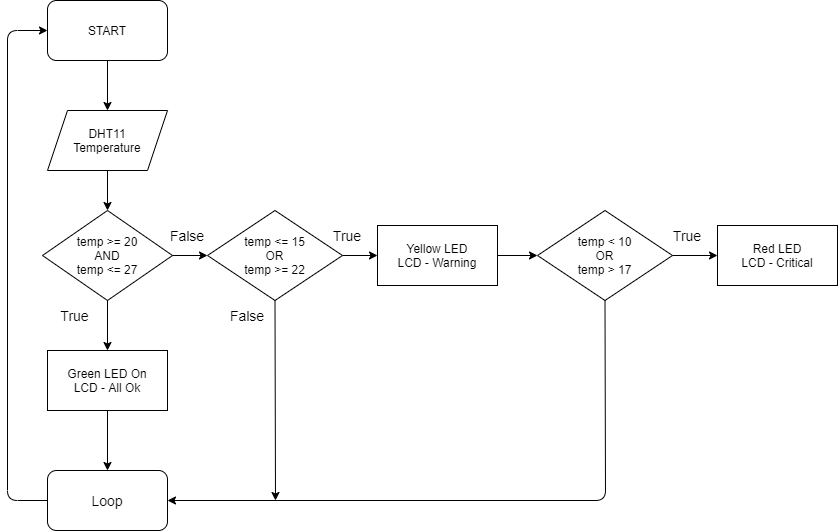
Above: Flowchart.png in Systemad/arduino-project (draw.io), before the change. Source tidied: cells renumbered, new cells last; positions are measured from the earlier drawing's top-left corner, leaving out a move shared by most shapes.
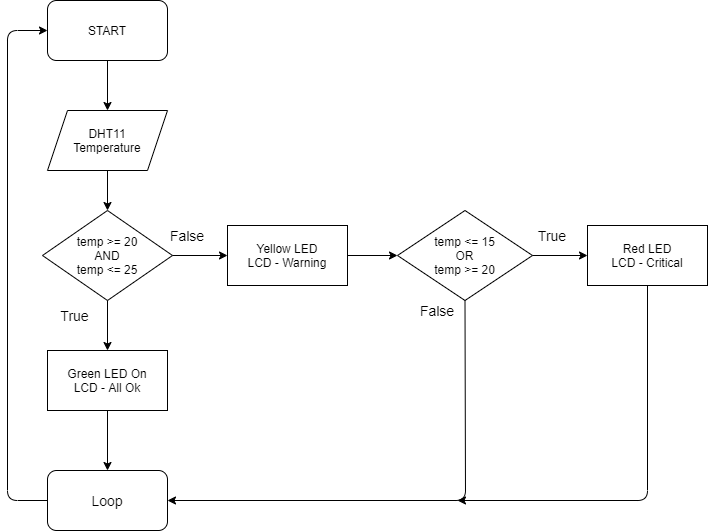
The same diagram one commit later.

What changed in the source:
```diff
@@ -11,7 +11,7 @@
     <mxCell id="4" style="endArrow=classic;html=1;exitX=0.5;exitY=1;exitDx=0;exitDy=0;entryX=0.5;entryY=0;entryDx=0;entryDy=0;" parent="1" edge="1" source="2" target="3">
       <mxGeometry relative="1" as="geometry" />
     </mxCell>
-    <mxCell id="5" value="temp &amp;gt;= 20&lt;br&gt;AND&lt;br&gt;temp &amp;lt;= 27" style="rhombus;whiteSpace=wrap;html=1;" parent="1" vertex="1">
+    <mxCell id="5" value="temp &amp;gt;= 20&lt;br&gt;AND&lt;br&gt;temp &amp;lt;= 25" style="rhombus;whiteSpace=wrap;html=1;" parent="1" vertex="1">
       <mxGeometry x="35" y="210" width="130" height="90" as="geometry" />
     </mxCell>
     <mxCell id="6" style="endArrow=classic;html=1;exitX=0.5;exitY=1;exitDx=0;exitDy=0;entryX=0.5;entryY=0;entryDx=0;entryDy=0;" parent="1" edge="1" source="3" target="5">
@@ -30,16 +30,13 @@
       <mxGeometry x="160" y="225" width="40" height="20" as="geometry" />
     </mxCell>
     <mxCell id="11" value="Yellow LED&lt;br&gt;LCD - Warning" style="rounded=0;whiteSpace=wrap;html=1;" parent="1" vertex="1">
-      <mxGeometry x="370" y="225" width="120" height="60" as="geometry" />
+      <mxGeometry x="220" y="225" width="120" height="60" as="geometry" />
     </mxCell>
-    <mxCell id="12" value="&lt;font style=&quot;font-size: 14px&quot;&gt;True&lt;/font&gt;" style="text;html=1;strokeColor=none;fillColor=none;align=center;verticalAlign=middle;whiteSpace=wrap;rounded=0;" parent="1" vertex="1">
-      <mxGeometry x="320" y="225" width="40" height="20" as="geometry" />
-    </mxCell>
-    <mxCell id="13" value="&lt;span&gt;temp &amp;lt; 10&lt;/span&gt;&lt;br&gt;&lt;span&gt;OR&lt;/span&gt;&lt;br&gt;&lt;span&gt;temp &amp;gt; 17&lt;/span&gt;" style="rhombus;whiteSpace=wrap;html=1;" parent="1" vertex="1">
-      <mxGeometry x="530" y="210" width="135" height="90" as="geometry" />
+    <mxCell id="13" value="&lt;span&gt;temp &amp;lt;= 15&lt;/span&gt;&lt;br&gt;&lt;span&gt;OR&lt;/span&gt;&lt;br&gt;&lt;span&gt;temp &amp;gt;= 20&lt;/span&gt;" style="rhombus;whiteSpace=wrap;html=1;" parent="1" vertex="1">
+      <mxGeometry x="390" y="210" width="135" height="90" as="geometry" />
     </mxCell>
     <mxCell id="14" value="Red LED&lt;br&gt;LCD - Critical" style="rounded=0;whiteSpace=wrap;html=1;" parent="1" vertex="1">
-      <mxGeometry x="710" y="225" width="120" height="60" as="geometry" />
+      <mxGeometry x="580" y="225" width="120" height="60" as="geometry" />
     </mxCell>
     <mxCell id="15" value="&lt;font style=&quot;font-size: 14px&quot;&gt;Loop&lt;/font&gt;" style="rounded=1;whiteSpace=wrap;html=1;" parent="1" vertex="1">
       <mxGeometry x="40" y="470" width="120" height="60" as="geometry" />
@@ -55,42 +52,37 @@
         </Array>
       </mxGeometry>
     </mxCell>
-    <mxCell id="18" value="&lt;span&gt;temp &amp;lt;= 15&lt;/span&gt;&lt;br&gt;OR&lt;br&gt;&lt;span&gt;temp &amp;gt;= 22&lt;/span&gt;" style="rhombus;whiteSpace=wrap;html=1;" parent="1" vertex="1">
-      <mxGeometry x="200" y="210" width="135" height="90" as="geometry" />
-    </mxCell>
-    <mxCell id="19" style="endArrow=classic;html=1;exitX=1;exitY=0.5;exitDx=0;exitDy=0;" parent="1" edge="1" source="5" target="18">
-      <mxGeometry relative="1" as="geometry" />
-    </mxCell>
-    <mxCell id="20" style="endArrow=classic;html=1;" parent="1" edge="1" source="18">
-      <mxGeometry relative="1" as="geometry">
-        <mxPoint x="370" y="255" as="targetPoint" />
-      </mxGeometry>
-    </mxCell>
-    <mxCell id="21" style="endArrow=classic;html=1;" parent="1" edge="1" source="11">
-      <mxGeometry relative="1" as="geometry">
-        <mxPoint x="530" y="255" as="targetPoint" />
-      </mxGeometry>
+    <mxCell id="21" style="endArrow=classic;html=1;entryX=0;entryY=0.5;entryDx=0;entryDy=0;" parent="1" edge="1" source="11" target="13">
+      <mxGeometry relative="1" as="geometry" />
     </mxCell>
     <mxCell id="22" style="endArrow=classic;html=1;exitX=1;exitY=0.5;exitDx=0;exitDy=0;entryX=0;entryY=0.5;entryDx=0;entryDy=0;" parent="1" edge="1" source="13" target="14">
       <mxGeometry relative="1" as="geometry" />
     </mxCell>
-    <mxCell id="23" style="endArrow=classic;html=1;exitX=0.5;exitY=1;exitDx=0;exitDy=0;" parent="1" edge="1" source="18">
-      <mxGeometry relative="1" as="geometry">
-        <mxPoint x="268" y="500" as="targetPoint" />
-      </mxGeometry>
-    </mxCell>
     <mxCell id="24" value="&lt;font style=&quot;font-size: 14px&quot;&gt;False&lt;/font&gt;" style="text;html=1;strokeColor=none;fillColor=none;align=center;verticalAlign=middle;whiteSpace=wrap;rounded=0;" parent="1" vertex="1">
-      <mxGeometry x="220" y="305" width="40" height="20" as="geometry" />
+      <mxGeometry x="410" y="300" width="40" height="20" as="geometry" />
     </mxCell>
     <mxCell id="25" style="endArrow=classic;html=1;exitX=0.5;exitY=1;exitDx=0;exitDy=0;entryX=1;entryY=0.5;entryDx=0;entryDy=0;" parent="1" edge="1" source="13" target="15">
       <mxGeometry relative="1" as="geometry">
         <Array as="points">
-          <mxPoint x="598" y="500" />
+          <mxPoint x="458" y="500" />
         </Array>
       </mxGeometry>
     </mxCell>
     <mxCell id="26" value="&lt;font style=&quot;font-size: 14px&quot;&gt;True&lt;/font&gt;" style="text;html=1;strokeColor=none;fillColor=none;align=center;verticalAlign=middle;whiteSpace=wrap;rounded=0;" parent="1" vertex="1">
-      <mxGeometry x="660" y="225" width="40" height="20" as="geometry" />
+      <mxGeometry x="525" y="225" width="40" height="20" as="geometry" />
     </mxCell>
+    <mxCell id="27" style="endArrow=classic;html=1;exitX=1;exitY=0.5;exitDx=0;exitDy=0;" parent="1" edge="1" source="5">
+      <mxGeometry relative="1" as="geometry">
+        <mxPoint x="220" y="255" as="targetPoint" />
+      </mxGeometry>
+    </mxCell>
+    <mxCell id="28" style="endArrow=classic;html=1;exitX=0.5;exitY=1;exitDx=0;exitDy=0;" parent="1" edge="1" source="14">
+      <mxGeometry relative="1" as="geometry">
+        <mxPoint x="450" y="500" as="targetPoint" />
+        <Array as="points">
+          <mxPoint x="640" y="500" />
+        </Array>
+      </mxGeometry>
+    </mxCell>
   </root>
 </mxGraphModel>
```
